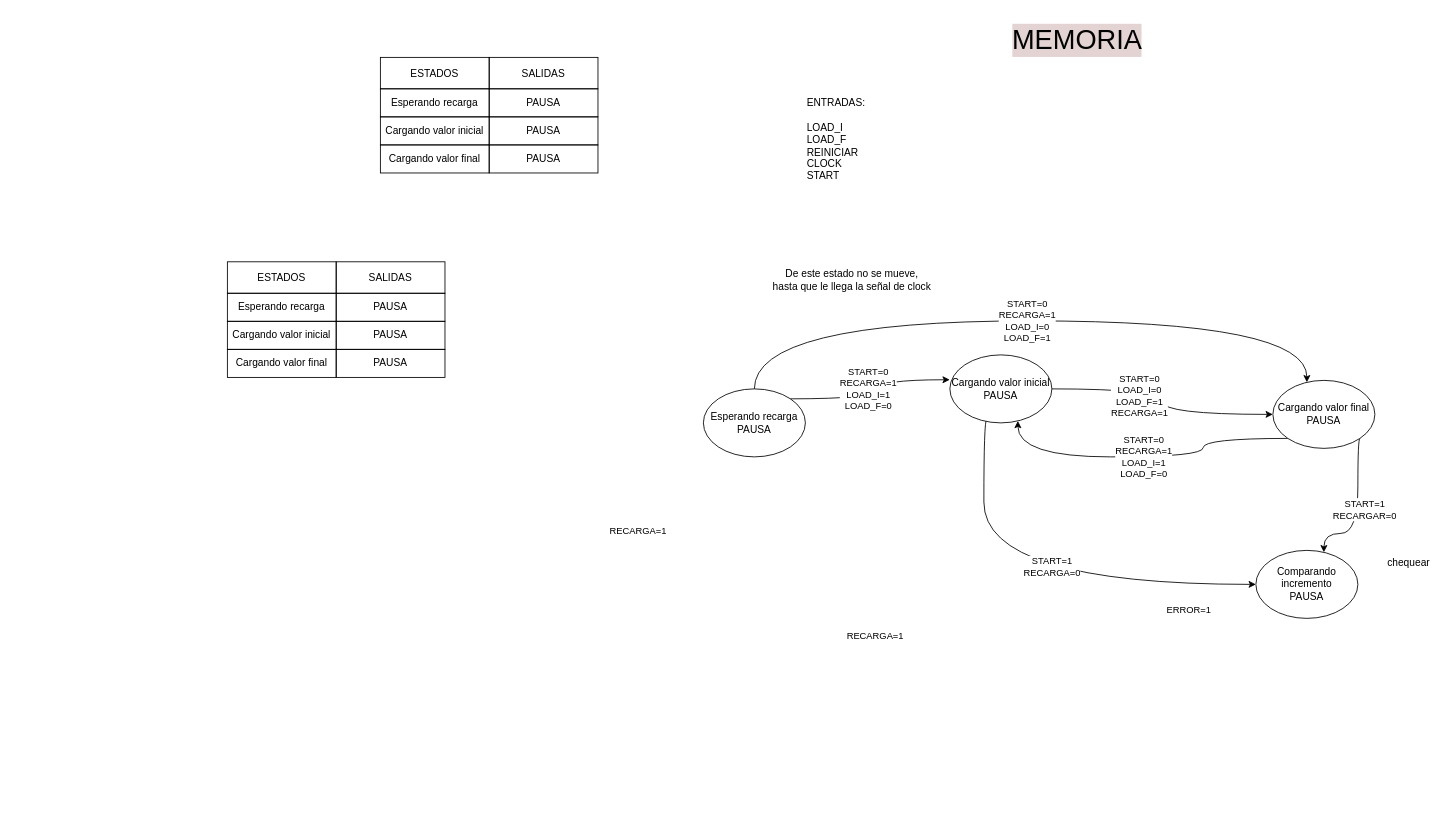
The draw.io diagram page "Página-3" (2 of 2) of Integrador/MEF.drawio in albertinap/IDL, before the edit. Source tidied: cells renumbered, new cells numbered last; positions are measured from the earlier drawing's top-left corner, leaving out a move shared by most shapes. Both pictures are drawn from the tidied source at 85%, with x=0, y=0 at pixel (227, 14).
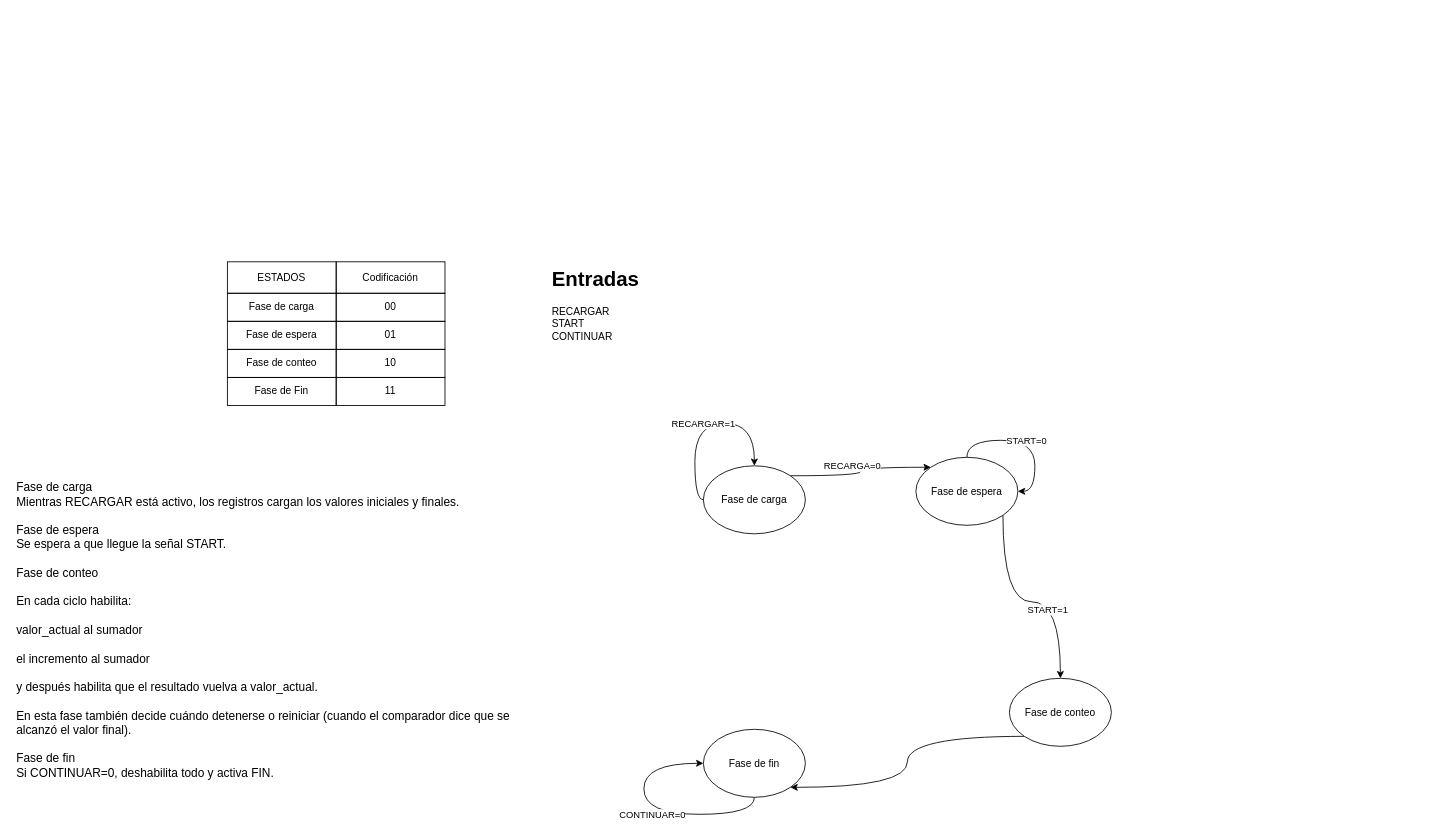
After the change.

Diff of the diagram source:
```diff
@@
-    <mxCell id="2" value="ESTADOS" style="strokeColor=inherit;fillColor=none;align=center;whiteSpace=wrap;html=1;" parent="1" vertex="1">
-      <mxGeometry x="180" y="50" width="128" height="37" as="geometry" />
-    </mxCell>
-    <mxCell id="3" value="Esperando recarga" style="strokeColor=inherit;fillColor=none;align=center;whiteSpace=wrap;html=1;" parent="1" vertex="1">
-      <mxGeometry x="180" y="87" width="128" height="33" as="geometry" />
-    </mxCell>
-    <mxCell id="4" value="Cargando valor inicial" style="strokeColor=inherit;fillColor=none;align=center;whiteSpace=wrap;html=1;" parent="1" vertex="1">
-      <mxGeometry x="180" y="120" width="128" height="33" as="geometry" />
-    </mxCell>
-    <mxCell id="5" value="Cargando valor final" style="strokeColor=inherit;fillColor=none;align=center;whiteSpace=wrap;html=1;" parent="1" vertex="1">
-      <mxGeometry x="180" y="153" width="128" height="33" as="geometry" />
+    <mxCell id="5" value="Fase de Fin" style="strokeColor=inherit;fillColor=none;align=center;whiteSpace=wrap;html=1;" parent="1" vertex="1">
+      <mxGeometry y="426.5" width="128" height="33" as="geometry" />
     </mxCell>
-    <mxCell id="6" value="SALIDAS" style="strokeColor=inherit;fillColor=none;align=center;whiteSpace=wrap;html=1;" parent="1" vertex="1">
-      <mxGeometry x="308" y="50" width="128" height="37" as="geometry" />
-    </mxCell>
-    <mxCell id="7" value="PAUSA" style="strokeColor=inherit;fillColor=none;align=center;whiteSpace=wrap;html=1;" parent="1" vertex="1">
-      <mxGeometry x="308" y="153" width="128" height="33" as="geometry" />
+    <mxCell id="7" value="11" style="strokeColor=inherit;fillColor=none;align=center;whiteSpace=wrap;html=1;" parent="1" vertex="1">
+      <mxGeometry x="128" y="426.5" width="128" height="33" as="geometry" />
     </mxCell>
-    <mxCell id="8" value="PAUSA" style="strokeColor=inherit;fillColor=none;align=center;whiteSpace=wrap;html=1;" parent="1" vertex="1">
-      <mxGeometry x="308" y="120" width="128" height="33" as="geometry" />
-    </mxCell>
-    <mxCell id="9" value="PAUSA" style="strokeColor=inherit;fillColor=none;align=center;whiteSpace=wrap;html=1;" parent="1" vertex="1">
-      <mxGeometry x="308" y="87" width="128" height="33" as="geometry" />
-    </mxCell>
-    <mxCell id="10" value="De este estado no se mueve, hasta que le llega la señal de clock" style="text;html=1;align=center;verticalAlign=middle;whiteSpace=wrap;rounded=0;" parent="1" vertex="1">
-      <mxGeometry x="640" y="290.5" width="190" height="42" as="geometry" />
-    </mxCell>
-    <mxCell id="11" value="START=0&lt;div&gt;RECARGA=1&lt;/div&gt;&lt;div&gt;LOAD_I=0&lt;/div&gt;&lt;div&gt;LOAD_F=1&lt;/div&gt;" style="edgeStyle=orthogonalEdgeStyle;rounded=0;jettySize=auto;html=1;exitX=0.5;exitY=0;exitDx=0;exitDy=0;curved=1;" parent="1" edge="1" source="12" target="16">
-      <mxGeometry relative="1" as="geometry">
-        <Array as="points">
-          <mxPoint x="620" y="360" />
-          <mxPoint x="1270" y="360" />
-        </Array>
-      </mxGeometry>
-    </mxCell>
-    <mxCell id="12" value="Esperando recarga&lt;div&gt;PAUSA&lt;/div&gt;" style="ellipse;whiteSpace=wrap;html=1;" parent="1" vertex="1">
-      <mxGeometry x="560" y="440" width="120" height="80" as="geometry" />
+    <mxCell id="12" value="Fase de carga" style="ellipse;whiteSpace=wrap;html=1;" parent="1" vertex="1">
+      <mxGeometry x="560" y="530.5" width="120" height="80" as="geometry" />
     </mxCell>
-    <mxCell id="13" style="edgeStyle=orthogonalEdgeStyle;rounded=0;jettySize=auto;html=1;exitX=1;exitY=1;exitDx=0;exitDy=0;curved=1;" parent="1" edge="1" source="16" target="18">
-      <mxGeometry relative="1" as="geometry">
-        <Array as="points">
-          <mxPoint x="1330" y="498" />
-          <mxPoint x="1330" y="610" />
-          <mxPoint x="1290" y="610" />
-        </Array>
-      </mxGeometry>
+    <mxCell id="13" style="edgeStyle=orthogonalEdgeStyle;rounded=0;jettySize=auto;html=1;exitX=0;exitY=1;exitDx=0;exitDy=0;entryX=1;entryY=1;entryDx=0;entryDy=0;curved=1;" parent="1" edge="1" source="16" target="18">
+      <mxGeometry relative="1" as="geometry" />
     </mxCell>
-    <mxCell id="14" value="START=1&lt;div&gt;RECARGAR=0&lt;/div&gt;" style="edgeLabel;html=1;align=center;verticalAlign=middle;" parent="13" vertex="1">
-      <mxGeometry x="-0.02" y="7" relative="1" as="geometry" />
-    </mxCell>
-    <mxCell id="15" value="START=0&lt;div&gt;RECARGA=1&lt;/div&gt;&lt;div&gt;LOAD_I=1&lt;/div&gt;&lt;div&gt;LOAD_F=0&lt;/div&gt;" style="edgeStyle=orthogonalEdgeStyle;rounded=0;jettySize=auto;html=1;exitX=0;exitY=1;exitDx=0;exitDy=0;curved=1;" parent="1" edge="1" source="16" target="22">
-      <mxGeometry relative="1" as="geometry">
-        <Array as="points">
-          <mxPoint x="1148" y="520" />
-          <mxPoint x="930" y="520" />
-        </Array>
-      </mxGeometry>
-    </mxCell>
-    <mxCell id="16" value="Cargando valor final&lt;div&gt;PAUSA&lt;/div&gt;" style="ellipse;whiteSpace=wrap;html=1;" parent="1" vertex="1">
-      <mxGeometry x="1230" y="430" width="120" height="80" as="geometry" />
+    <mxCell id="16" value="Fase de conteo" style="ellipse;whiteSpace=wrap;html=1;" parent="1" vertex="1">
+      <mxGeometry x="920" y="780.5" width="120" height="80" as="geometry" />
     </mxCell>
-    <mxCell id="17" value="RECARGA=1" style="edgeLabel;html=1;align=center;verticalAlign=middle;" parent="1" vertex="1">
-      <mxGeometry x="761.8" y="730.7" as="geometry" />
-    </mxCell>
-    <mxCell id="18" value="Comparando incremento&lt;div&gt;PAUSA&lt;/div&gt;" style="ellipse;whiteSpace=wrap;html=1;" parent="1" vertex="1">
-      <mxGeometry x="1210" y="630" width="120" height="80" as="geometry" />
+    <mxCell id="18" value="Fase de fin" style="ellipse;whiteSpace=wrap;html=1;" parent="1" vertex="1">
+      <mxGeometry x="560" y="840.5" width="120" height="80" as="geometry" />
     </mxCell>
-    <mxCell id="19" style="edgeStyle=orthogonalEdgeStyle;rounded=0;jettySize=auto;html=1;exitX=1;exitY=0.5;exitDx=0;exitDy=0;curved=1;" parent="1" edge="1" source="22" target="16">
-      <mxGeometry relative="1" as="geometry" />
+    <mxCell id="19" value="START=1" style="edgeStyle=orthogonalEdgeStyle;rounded=0;jettySize=auto;html=1;exitX=1;exitY=1;exitDx=0;exitDy=0;entryX=0.5;entryY=0;entryDx=0;entryDy=0;curved=1;" parent="1" edge="1" source="22" target="16">
+      <mxGeometry x="0.19" y="-10" relative="1" as="geometry">
+        <mxPoint y="-1" as="offset" />
+      </mxGeometry>
     </mxCell>
-    <mxCell id="20" value="&lt;div&gt;START=0&lt;/div&gt;LOAD_I=0&lt;div&gt;LOAD_F=1&lt;/div&gt;&lt;div&gt;RECARGA=1&lt;/div&gt;" style="edgeLabel;html=1;align=center;verticalAlign=middle;" parent="19" vertex="1">
-      <mxGeometry x="-0.3" y="-7" relative="1" as="geometry" />
-    </mxCell>
-    <mxCell id="21" value="START=1&lt;div&gt;RECARGA=0&lt;/div&gt;" style="edgeStyle=orthogonalEdgeStyle;rounded=0;jettySize=auto;html=1;exitX=0.361;exitY=0.953;exitDx=0;exitDy=0;curved=1;exitPerimeter=0;" parent="1" edge="1" source="22" target="18">
-      <mxGeometry x="0.07" y="20" relative="1" as="geometry">
-        <Array as="points">
-          <mxPoint x="890" y="476" />
-          <mxPoint x="890" y="670" />
-        </Array>
-      </mxGeometry>
-    </mxCell>
-    <mxCell id="22" value="Cargando valor inicial&lt;div&gt;PAUSA&lt;/div&gt;" style="ellipse;whiteSpace=wrap;html=1;" parent="1" vertex="1">
-      <mxGeometry x="850" y="400" width="120" height="80" as="geometry" />
+    <mxCell id="22" value="Fase de espera" style="ellipse;whiteSpace=wrap;html=1;" parent="1" vertex="1">
+      <mxGeometry x="810" y="520.5" width="120" height="80" as="geometry" />
     </mxCell>
-    <mxCell id="23" style="edgeStyle=orthogonalEdgeStyle;rounded=0;jettySize=auto;html=1;exitX=1;exitY=0;exitDx=0;exitDy=0;entryX=-0.001;entryY=0.366;entryDx=0;entryDy=0;entryPerimeter=0;curved=1;" parent="1" edge="1" source="12" target="22">
-      <mxGeometry relative="1" as="geometry" />
-    </mxCell>
-    <mxCell id="24" value="&lt;div&gt;START=0&lt;/div&gt;RECARGA=1&lt;div&gt;LOAD_I=1&lt;/div&gt;&lt;div&gt;LOAD_F=0&lt;/div&gt;" style="edgeLabel;html=1;align=center;verticalAlign=middle;" parent="23" vertex="1">
-      <mxGeometry x="-0.13" y="5" relative="1" as="geometry">
-        <mxPoint y="-7" as="offset" />
-      </mxGeometry>
-    </mxCell>
-    <mxCell id="25" value="&lt;div&gt;ENTRADAS:&lt;/div&gt;&lt;br&gt;&lt;div style=&quot;&quot;&gt;LOAD_I&lt;/div&gt;&lt;div style=&quot;&quot;&gt;LOAD_F&lt;/div&gt;&lt;div style=&quot;&quot;&gt;REINICIAR&lt;/div&gt;&lt;div style=&quot;&quot;&gt;CLOCK&lt;/div&gt;&lt;div style=&quot;&quot;&gt;START&lt;/div&gt;" style="text;html=1;align=left;verticalAlign=middle;whiteSpace=wrap;rounded=0;" parent="1" vertex="1">
-      <mxGeometry x="680" y="64.5" width="120" height="164.5" as="geometry" />
-    </mxCell>
-    <mxCell id="26" value="ERROR=1" style="edgeLabel;html=1;align=center;verticalAlign=middle;" parent="1" vertex="1">
-      <mxGeometry x="1130.5" y="699.1" as="geometry" />
-    </mxCell>
-    <mxCell id="27" value="RECARGA=1" style="edgeLabel;html=1;align=center;verticalAlign=middle;" parent="1" vertex="1">
-      <mxGeometry x="482.1" y="606.5" as="geometry" />
-    </mxCell>
-    <mxCell id="28" value="chequear" style="text;html=1;align=center;verticalAlign=middle;whiteSpace=wrap;rounded=0;" parent="1" vertex="1">
-      <mxGeometry x="1360" y="630" width="60" height="30" as="geometry" />
-    </mxCell>
-    <mxCell id="29" value="MEMORIA" style="text;html=1;align=center;verticalAlign=middle;whiteSpace=wrap;rounded=0;fontSize=32;labelBackgroundColor=light-dark(#e4d3d3, #ededed);" parent="1" vertex="1">
-      <mxGeometry x="920" width="160" height="60" as="geometry" />
-    </mxCell>
@@
-    <mxCell id="31" value="Esperando recarga" style="strokeColor=inherit;fillColor=none;align=center;whiteSpace=wrap;html=1;" parent="1" vertex="1">
+    <mxCell id="31" value="Fase de carga" style="strokeColor=inherit;fillColor=none;align=center;whiteSpace=wrap;html=1;" parent="1" vertex="1">
       <mxGeometry y="327.5" width="128" height="33" as="geometry" />
     </mxCell>
-    <mxCell id="32" value="Cargando valor inicial" style="strokeColor=inherit;fillColor=none;align=center;whiteSpace=wrap;html=1;" parent="1" vertex="1">
+    <mxCell id="32" value="Fase de espera" style="strokeColor=inherit;fillColor=none;align=center;whiteSpace=wrap;html=1;" parent="1" vertex="1">
       <mxGeometry y="360.5" width="128" height="33" as="geometry" />
     </mxCell>
-    <mxCell id="33" value="Cargando valor final" style="strokeColor=inherit;fillColor=none;align=center;whiteSpace=wrap;html=1;" parent="1" vertex="1">
+    <mxCell id="33" value="Fase de conteo" style="strokeColor=inherit;fillColor=none;align=center;whiteSpace=wrap;html=1;" parent="1" vertex="1">
       <mxGeometry y="393.5" width="128" height="33" as="geometry" />
     </mxCell>
-    <mxCell id="34" value="SALIDAS" style="strokeColor=inherit;fillColor=none;align=center;whiteSpace=wrap;html=1;" parent="1" vertex="1">
+    <mxCell id="34" value="Codificación" style="strokeColor=inherit;fillColor=none;align=center;whiteSpace=wrap;html=1;" parent="1" vertex="1">
       <mxGeometry x="128" y="290.5" width="128" height="37" as="geometry" />
     </mxCell>
-    <mxCell id="35" value="PAUSA" style="strokeColor=inherit;fillColor=none;align=center;whiteSpace=wrap;html=1;" parent="1" vertex="1">
+    <mxCell id="35" value="10" style="strokeColor=inherit;fillColor=none;align=center;whiteSpace=wrap;html=1;" parent="1" vertex="1">
       <mxGeometry x="128" y="393.5" width="128" height="33" as="geometry" />
     </mxCell>
-    <mxCell id="36" value="PAUSA" style="strokeColor=inherit;fillColor=none;align=center;whiteSpace=wrap;html=1;" parent="1" vertex="1">
+    <mxCell id="36" value="01" style="strokeColor=inherit;fillColor=none;align=center;whiteSpace=wrap;html=1;" parent="1" vertex="1">
       <mxGeometry x="128" y="360.5" width="128" height="33" as="geometry" />
     </mxCell>
-    <mxCell id="37" value="PAUSA" style="strokeColor=inherit;fillColor=none;align=center;whiteSpace=wrap;html=1;" parent="1" vertex="1">
+    <mxCell id="37" value="00" style="strokeColor=inherit;fillColor=none;align=center;whiteSpace=wrap;html=1;" parent="1" vertex="1">
       <mxGeometry x="128" y="327.5" width="128" height="33" as="geometry" />
     </mxCell>
+    <mxCell id="38" value="Fase de carga&#10;Mientras RECARGAR está activo, los registros cargan los valores iniciales y finales.&#10;&#10;Fase de espera&#10;Se espera a que llegue la señal START.&#10;&#10;Fase de conteo&#10;&#10;En cada ciclo habilita:&#10;&#10;valor_actual al sumador&#10;&#10;el incremento al sumador&#10;&#10;y después habilita que el resultado vuelva a valor_actual.&#10;&#10;En esta fase también decide cuándo detenerse o reiniciar (cuando el comparador dice que se alcanzó el valor final).&#10;&#10;Fase de fin&#10;Si CONTINUAR=0, deshabilita todo y activa FIN." style="text;whiteSpace=wrap;html=1;fontSize=14;" parent="1" vertex="1">
+      <mxGeometry x="-250" y="540.5" width="600" height="370" as="geometry" />
+    </mxCell>
+    <mxCell id="39" value="&lt;h1 style=&quot;margin-top: 0px;&quot;&gt;Entradas&lt;/h1&gt;&lt;div&gt;RECARGAR&lt;/div&gt;&lt;div&gt;START&lt;/div&gt;&lt;div&gt;CONTINUAR&lt;/div&gt;" style="text;html=1;whiteSpace=wrap;overflow=hidden;rounded=0;" parent="1" vertex="1">
+      <mxGeometry x="380" y="290.5" width="210" height="110" as="geometry" />
+    </mxCell>
+    <mxCell id="40" value="RECARGAR=1" style="edgeStyle=orthogonalEdgeStyle;rounded=0;orthogonalLoop=1;jettySize=auto;html=1;exitX=0;exitY=0.5;exitDx=0;exitDy=0;entryX=0.5;entryY=0;entryDx=0;entryDy=0;curved=1;" parent="1" edge="1" source="12" target="12">
+      <mxGeometry relative="1" as="geometry">
+        <Array as="points">
+          <mxPoint x="550" y="570.5" />
+          <mxPoint x="550" y="480.5" />
+          <mxPoint x="620" y="480.5" />
+        </Array>
+      </mxGeometry>
+    </mxCell>
+    <mxCell id="23" style="edgeStyle=orthogonalEdgeStyle;rounded=0;jettySize=auto;html=1;exitX=1;exitY=0;exitDx=0;exitDy=0;entryX=0;entryY=0;entryDx=0;entryDy=0;curved=1;" parent="1" edge="1" source="12" target="22">
+      <mxGeometry relative="1" as="geometry" />
+    </mxCell>
+    <mxCell id="41" value="RECARGA=0" style="edgeLabel;html=1;align=center;verticalAlign=middle;" parent="23" vertex="1">
+      <mxGeometry x="-0.18" y="-1" relative="1" as="geometry">
+        <mxPoint y="-13" as="offset" />
+      </mxGeometry>
+    </mxCell>
+    <mxCell id="42" value="START=0" style="edgeStyle=orthogonalEdgeStyle;rounded=0;orthogonalLoop=1;jettySize=auto;html=1;exitX=0.5;exitY=0;exitDx=0;exitDy=0;entryX=1;entryY=0.5;entryDx=0;entryDy=0;curved=1;" parent="1" edge="1" source="22" target="22">
+      <mxGeometry relative="1" as="geometry" />
+    </mxCell>
+    <mxCell id="43" value="CONTINUAR=0" style="edgeStyle=orthogonalEdgeStyle;rounded=0;orthogonalLoop=1;jettySize=auto;html=1;exitX=0.5;exitY=1;exitDx=0;exitDy=0;entryX=0;entryY=0.5;entryDx=0;entryDy=0;curved=1;" parent="1" edge="1" source="18" target="18">
+      <mxGeometry relative="1" as="geometry">
+        <Array as="points">
+          <mxPoint x="620" y="940.5" />
+          <mxPoint x="490" y="940.5" />
+          <mxPoint x="490" y="880.5" />
+        </Array>
+      </mxGeometry>
+    </mxCell>
```
